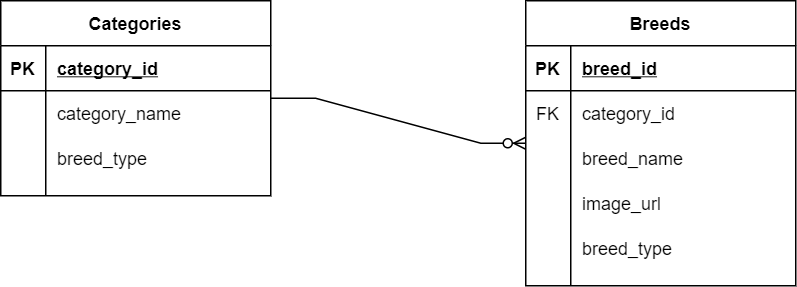
Earlier version of the draw.io export app/assets/images/ERD.png (rsmagat/rails_project). Source tidied: cells renumbered, new cells last; positions are measured from the earlier drawing's top-left corner, leaving out a move shared by most shapes. Its diagram source:
```xml
<mxGraphModel>
  <root>
    <mxCell id="0" />
    <mxCell id="1" parent="0" />
    <mxCell id="2" value="Categories" style="shape=table;startSize=30;rowLines=0;fontStyle=1;align=center;" parent="1" vertex="1">
      <mxGeometry width="180" height="130" as="geometry" />
    </mxCell>
    <mxCell id="3" style="shape=partialRectangle;fillColor=none;top=0;left=0;bottom=1;right=0;" parent="2" vertex="1">
      <mxGeometry y="30" width="180" height="30" as="geometry" />
    </mxCell>
    <mxCell id="4" value="PK" style="shape=partialRectangle;fillColor=none;top=0;left=0;bottom=0;right=0;fontStyle=1;overflow=hidden;" parent="3" vertex="1">
      <mxGeometry width="30" height="30" as="geometry" />
    </mxCell>
    <mxCell id="5" value="category_id" style="shape=partialRectangle;fillColor=none;top=0;left=0;bottom=0;right=0;align=left;spacingLeft=6;fontStyle=5;overflow=hidden;" parent="3" vertex="1">
      <mxGeometry x="30" width="150" height="30" as="geometry" />
    </mxCell>
    <mxCell id="6" style="shape=partialRectangle;fillColor=none;top=0;left=0;bottom=0;right=0;" parent="2" vertex="1">
      <mxGeometry y="60" width="180" height="30" as="geometry" />
    </mxCell>
    <mxCell id="7" style="shape=partialRectangle;fillColor=none;top=0;left=0;bottom=0;right=0;overflow=hidden;" parent="6" vertex="1">
      <mxGeometry width="30" height="30" as="geometry" />
    </mxCell>
    <mxCell id="8" value="category_name" style="shape=partialRectangle;fillColor=none;top=0;left=0;bottom=0;right=0;align=left;spacingLeft=6;overflow=hidden;" parent="6" vertex="1">
      <mxGeometry x="30" width="150" height="30" as="geometry" />
    </mxCell>
    <mxCell id="9" style="shape=partialRectangle;fillColor=none;top=0;left=0;bottom=0;right=0;" parent="2" vertex="1">
      <mxGeometry y="90" width="180" height="30" as="geometry" />
    </mxCell>
    <mxCell id="10" style="shape=partialRectangle;fillColor=none;top=0;left=0;bottom=0;right=0;overflow=hidden;" parent="9" vertex="1">
      <mxGeometry width="30" height="30" as="geometry" />
    </mxCell>
    <mxCell id="11" value="breed_type" style="shape=partialRectangle;fillColor=none;top=0;left=0;bottom=0;right=0;align=left;spacingLeft=6;overflow=hidden;" parent="9" vertex="1">
      <mxGeometry x="30" width="150" height="30" as="geometry" />
    </mxCell>
    <mxCell id="12" value="Breeds" style="shape=table;startSize=30;rowLines=0;fontStyle=1;align=center;" parent="1" vertex="1">
      <mxGeometry x="350" width="180" height="190" as="geometry" />
    </mxCell>
    <mxCell id="13" style="shape=partialRectangle;fillColor=none;top=0;left=0;bottom=1;right=0;" parent="12" vertex="1">
      <mxGeometry y="30" width="180" height="30" as="geometry" />
    </mxCell>
    <mxCell id="14" value="PK" style="shape=partialRectangle;fillColor=none;top=0;left=0;bottom=0;right=0;fontStyle=1;overflow=hidden;" parent="13" vertex="1">
      <mxGeometry width="30" height="30" as="geometry" />
    </mxCell>
    <mxCell id="15" value="breed_id" style="shape=partialRectangle;fillColor=none;top=0;left=0;bottom=0;right=0;align=left;spacingLeft=6;fontStyle=5;overflow=hidden;" parent="13" vertex="1">
      <mxGeometry x="30" width="150" height="30" as="geometry" />
    </mxCell>
    <mxCell id="16" style="shape=partialRectangle;fillColor=none;top=0;left=0;bottom=0;right=0;" parent="12" vertex="1">
      <mxGeometry y="60" width="180" height="30" as="geometry" />
    </mxCell>
    <mxCell id="17" value="FK" style="shape=partialRectangle;fillColor=none;top=0;left=0;bottom=0;right=0;fontStyle=0;overflow=hidden;" parent="16" vertex="1">
      <mxGeometry width="30" height="30" as="geometry" />
    </mxCell>
    <mxCell id="18" value="category_id" style="shape=partialRectangle;fillColor=none;top=0;left=0;bottom=0;right=0;align=left;spacingLeft=6;fontStyle=0;overflow=hidden;" parent="16" vertex="1">
      <mxGeometry x="30" width="150" height="30" as="geometry" />
    </mxCell>
    <mxCell id="19" style="shape=partialRectangle;fillColor=none;top=0;left=0;bottom=0;right=0;" parent="12" vertex="1">
      <mxGeometry y="90" width="180" height="30" as="geometry" />
    </mxCell>
    <mxCell id="20" style="shape=partialRectangle;fillColor=none;top=0;left=0;bottom=0;right=0;overflow=hidden;" parent="19" vertex="1">
      <mxGeometry width="30" height="30" as="geometry" />
    </mxCell>
    <mxCell id="21" value="breed_name" style="shape=partialRectangle;fillColor=none;top=0;left=0;bottom=0;right=0;align=left;spacingLeft=6;overflow=hidden;" parent="19" vertex="1">
      <mxGeometry x="30" width="150" height="30" as="geometry" />
    </mxCell>
    <mxCell id="22" style="shape=partialRectangle;fillColor=none;top=0;left=0;bottom=0;right=0;" parent="12" vertex="1">
      <mxGeometry y="120" width="180" height="30" as="geometry" />
    </mxCell>
    <mxCell id="23" style="shape=partialRectangle;fillColor=none;top=0;left=0;bottom=0;right=0;overflow=hidden;" parent="22" vertex="1">
      <mxGeometry width="30" height="30" as="geometry" />
    </mxCell>
    <mxCell id="24" value="image_url" style="shape=partialRectangle;fillColor=none;top=0;left=0;bottom=0;right=0;align=left;spacingLeft=6;overflow=hidden;" parent="22" vertex="1">
      <mxGeometry x="30" width="150" height="30" as="geometry" />
    </mxCell>
    <mxCell id="25" style="shape=partialRectangle;fillColor=none;top=0;left=0;bottom=0;right=0;" parent="12" vertex="1">
      <mxGeometry y="150" width="180" height="30" as="geometry" />
    </mxCell>
    <mxCell id="26" style="shape=partialRectangle;fillColor=none;top=0;left=0;bottom=0;right=0;overflow=hidden;" parent="25" vertex="1">
      <mxGeometry width="30" height="30" as="geometry" />
    </mxCell>
    <mxCell id="27" value="breed_type" style="shape=partialRectangle;fillColor=none;top=0;left=0;bottom=0;right=0;align=left;spacingLeft=6;overflow=hidden;" parent="25" vertex="1">
      <mxGeometry x="30" width="150" height="30" as="geometry" />
    </mxCell>
    <mxCell id="28" style="edgeStyle=entityRelationEdgeStyle;fontSize=12;html=1;endArrow=ERzeroToMany;endFill=1;rounded=0;" parent="1" edge="1" source="2" target="12">
      <mxGeometry relative="1" as="geometry" />
    </mxCell>
  </root>
</mxGraphModel>
```
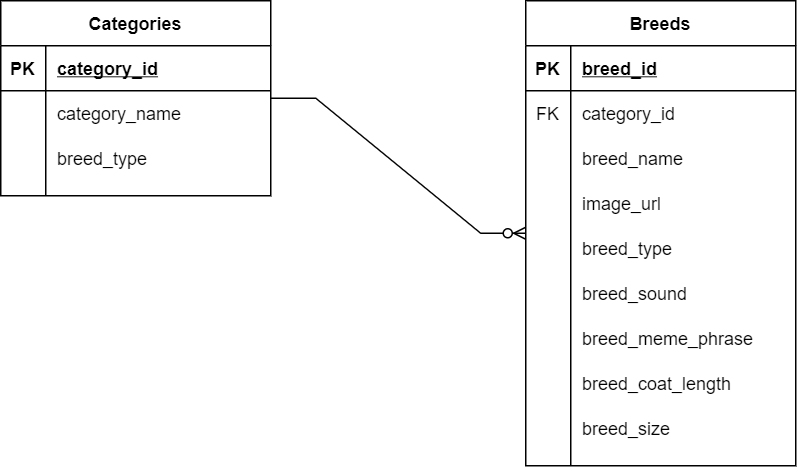
After the change.

Commit message:
Added Faker data to 'Breeds' table, edited 'Breed' model's show view and 'About' view

Diff of the diagram source:
```diff
@@ -33,7 +33,7 @@
       <mxGeometry x="30" width="150" height="30" as="geometry" />
     </mxCell>
     <mxCell id="12" value="Breeds" style="shape=table;startSize=30;rowLines=0;fontStyle=1;align=center;" parent="1" vertex="1">
-      <mxGeometry x="350" width="180" height="190" as="geometry" />
+      <mxGeometry x="350" width="180" height="310" as="geometry" />
     </mxCell>
     <mxCell id="13" style="shape=partialRectangle;fillColor=none;top=0;left=0;bottom=1;right=0;" parent="12" vertex="1">
       <mxGeometry y="30" width="180" height="30" as="geometry" />
@@ -80,6 +80,42 @@
     <mxCell id="27" value="breed_type" style="shape=partialRectangle;fillColor=none;top=0;left=0;bottom=0;right=0;align=left;spacingLeft=6;overflow=hidden;" parent="25" vertex="1">
       <mxGeometry x="30" width="150" height="30" as="geometry" />
     </mxCell>
+    <mxCell id="29" style="shape=partialRectangle;fillColor=none;top=0;left=0;bottom=0;right=0;" parent="12" vertex="1">
+      <mxGeometry y="180" width="180" height="30" as="geometry" />
+    </mxCell>
+    <mxCell id="30" style="shape=partialRectangle;fillColor=none;top=0;left=0;bottom=0;right=0;overflow=hidden;" parent="29" vertex="1">
+      <mxGeometry width="30" height="30" as="geometry" />
+    </mxCell>
+    <mxCell id="31" value="breed_sound" style="shape=partialRectangle;fillColor=none;top=0;left=0;bottom=0;right=0;align=left;spacingLeft=6;overflow=hidden;" parent="29" vertex="1">
+      <mxGeometry x="30" width="150" height="30" as="geometry" />
+    </mxCell>
+    <mxCell id="32" style="shape=partialRectangle;fillColor=none;top=0;left=0;bottom=0;right=0;" parent="12" vertex="1">
+      <mxGeometry y="210" width="180" height="30" as="geometry" />
+    </mxCell>
+    <mxCell id="33" style="shape=partialRectangle;fillColor=none;top=0;left=0;bottom=0;right=0;overflow=hidden;" parent="32" vertex="1">
+      <mxGeometry width="30" height="30" as="geometry" />
+    </mxCell>
+    <mxCell id="34" value="breed_meme_phrase" style="shape=partialRectangle;fillColor=none;top=0;left=0;bottom=0;right=0;align=left;spacingLeft=6;overflow=hidden;" parent="32" vertex="1">
+      <mxGeometry x="30" width="150" height="30" as="geometry" />
+    </mxCell>
+    <mxCell id="35" style="shape=partialRectangle;fillColor=none;top=0;left=0;bottom=0;right=0;" parent="12" vertex="1">
+      <mxGeometry y="240" width="180" height="30" as="geometry" />
+    </mxCell>
+    <mxCell id="36" style="shape=partialRectangle;fillColor=none;top=0;left=0;bottom=0;right=0;overflow=hidden;" parent="35" vertex="1">
+      <mxGeometry width="30" height="30" as="geometry" />
+    </mxCell>
+    <mxCell id="37" value="breed_coat_length" style="shape=partialRectangle;fillColor=none;top=0;left=0;bottom=0;right=0;align=left;spacingLeft=6;overflow=hidden;" parent="35" vertex="1">
+      <mxGeometry x="30" width="150" height="30" as="geometry" />
+    </mxCell>
+    <mxCell id="38" style="shape=partialRectangle;fillColor=none;top=0;left=0;bottom=0;right=0;" parent="12" vertex="1">
+      <mxGeometry y="270" width="180" height="30" as="geometry" />
+    </mxCell>
+    <mxCell id="39" style="shape=partialRectangle;fillColor=none;top=0;left=0;bottom=0;right=0;overflow=hidden;" parent="38" vertex="1">
+      <mxGeometry width="30" height="30" as="geometry" />
+    </mxCell>
+    <mxCell id="40" value="breed_size" style="shape=partialRectangle;fillColor=none;top=0;left=0;bottom=0;right=0;align=left;spacingLeft=6;overflow=hidden;" parent="38" vertex="1">
+      <mxGeometry x="30" width="150" height="30" as="geometry" />
+    </mxCell>
     <mxCell id="28" style="edgeStyle=entityRelationEdgeStyle;fontSize=12;html=1;endArrow=ERzeroToMany;endFill=1;rounded=0;" parent="1" edge="1" source="2" target="12">
       <mxGeometry relative="1" as="geometry" />
     </mxCell>
```
